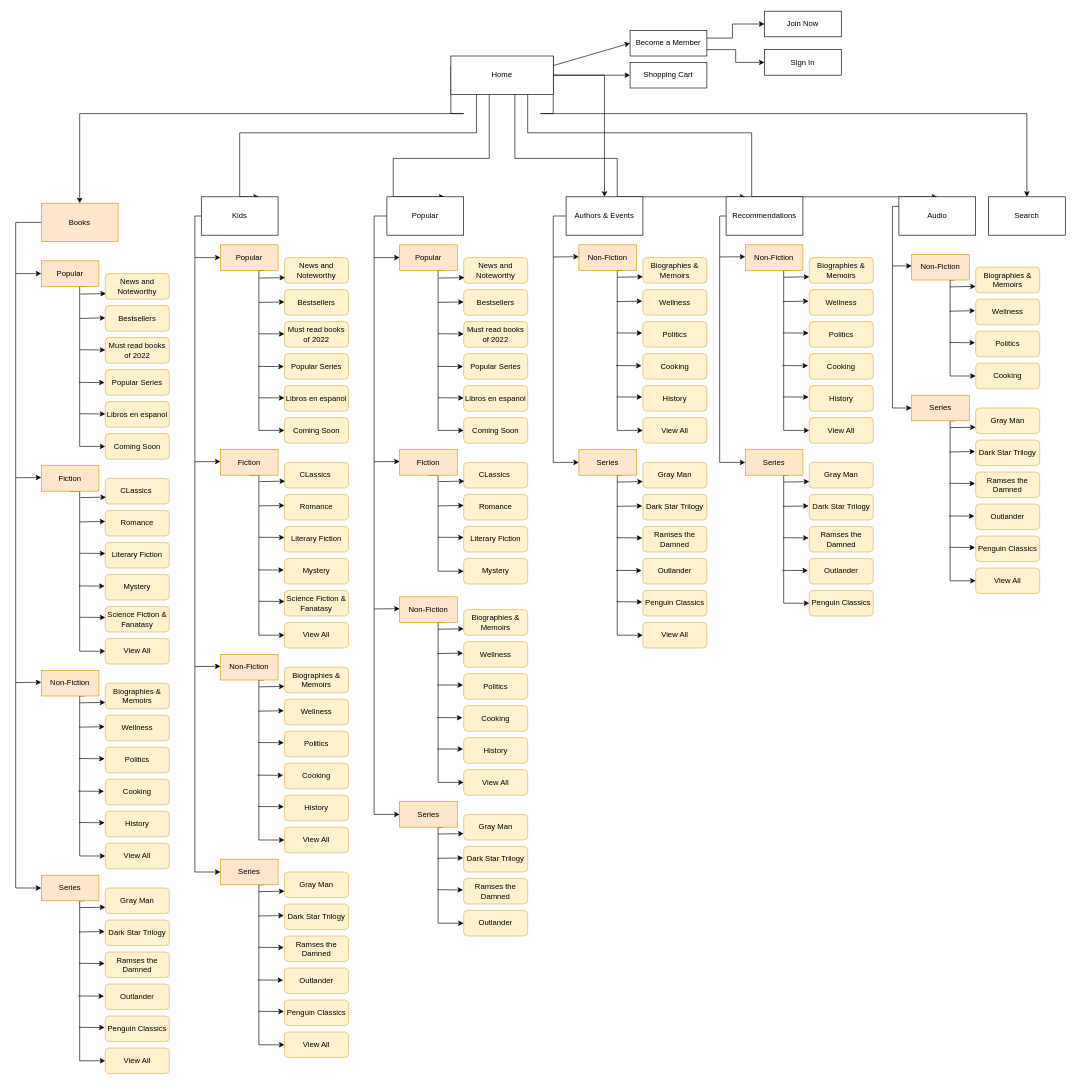
Before: Untitled Diagram.drawio in arshdeepkaurrangi/Documentation, a draw.io diagram. Source tidied: cells renumbered, new cells numbered last; positions are measured from the earlier drawing's top-left corner, leaving out a move shared by most shapes. Both pictures are drawn from the tidied source at 64%, with x=0, y=0 at pixel (15, 11).
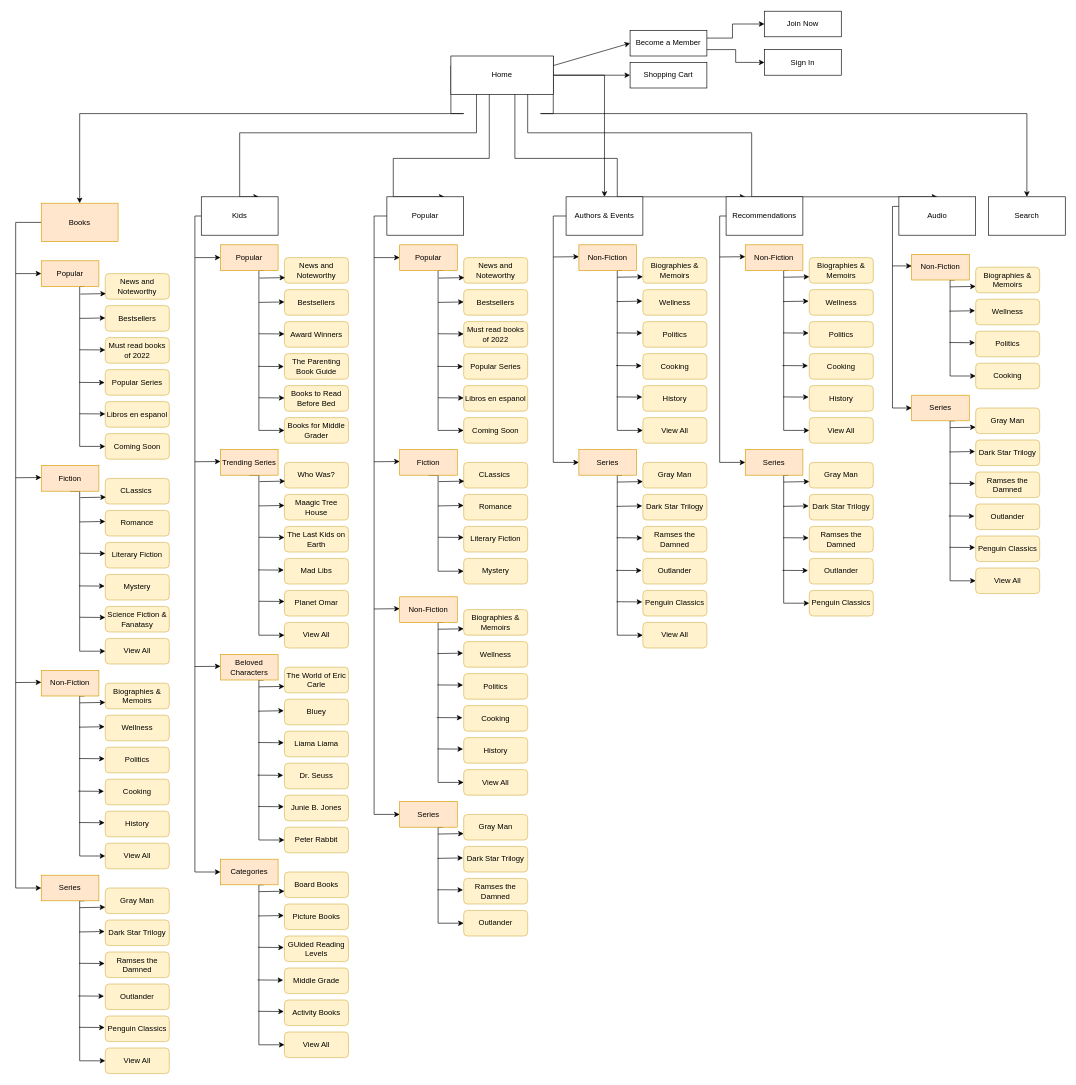
The same page after the edit.

What changed in the source:
```diff
@@
-    <mxCell id="89" value="Fiction" style="rounded=0;whiteSpace=wrap;html=1;fillColor=#ffe6cc;strokeColor=#d79b00;" parent="1" vertex="1">
+    <mxCell id="89" value="Trending Series" style="rounded=0;whiteSpace=wrap;html=1;fillColor=#ffe6cc;strokeColor=#d79b00;" parent="1" vertex="1">
       <mxGeometry x="320" y="685" width="90" height="40" as="geometry" />
     </mxCell>
@@
-    <mxCell id="91" value="Non-Fiction" style="rounded=0;whiteSpace=wrap;html=1;fillColor=#ffe6cc;strokeColor=#d79b00;" parent="1" vertex="1">
+    <mxCell id="91" value="Beloved Characters" style="rounded=0;whiteSpace=wrap;html=1;fillColor=#ffe6cc;strokeColor=#d79b00;" parent="1" vertex="1">
       <mxGeometry x="320" y="1005" width="90" height="40" as="geometry" />
     </mxCell>
@@
-    <mxCell id="94" value="Must read books of 2022" style="rounded=1;whiteSpace=wrap;html=1;fillColor=#fff2cc;strokeColor=#d6b656;" parent="1" vertex="1">
+    <mxCell id="94" value="Award Winners" style="rounded=1;whiteSpace=wrap;html=1;fillColor=#fff2cc;strokeColor=#d6b656;" parent="1" vertex="1">
       <mxGeometry x="420" y="485" width="100" height="40" as="geometry" />
     </mxCell>
-    <mxCell id="95" value="Popular Series" style="rounded=1;whiteSpace=wrap;html=1;fillColor=#fff2cc;strokeColor=#d6b656;" parent="1" vertex="1">
+    <mxCell id="95" value="The Parenting Book Guide" style="rounded=1;whiteSpace=wrap;html=1;fillColor=#fff2cc;strokeColor=#d6b656;" parent="1" vertex="1">
       <mxGeometry x="420" y="535" width="100" height="40" as="geometry" />
     </mxCell>
-    <mxCell id="96" value="Libros en espanol" style="rounded=1;whiteSpace=wrap;html=1;fillColor=#fff2cc;strokeColor=#d6b656;" parent="1" vertex="1">
+    <mxCell id="96" value="Books to Read Before Bed" style="rounded=1;whiteSpace=wrap;html=1;fillColor=#fff2cc;strokeColor=#d6b656;" parent="1" vertex="1">
       <mxGeometry x="420" y="585" width="100" height="40" as="geometry" />
     </mxCell>
-    <mxCell id="97" value="Coming Soon" style="rounded=1;whiteSpace=wrap;html=1;fillColor=#fff2cc;strokeColor=#d6b656;" parent="1" vertex="1">
+    <mxCell id="97" value="Books for Middle Grader" style="rounded=1;whiteSpace=wrap;html=1;fillColor=#fff2cc;strokeColor=#d6b656;" parent="1" vertex="1">
       <mxGeometry x="420" y="635" width="100" height="40" as="geometry" />
     </mxCell>
-    <mxCell id="98" value="CLassics&lt;span style=&quot;white-space: pre;&quot;&gt; &lt;/span&gt;" style="rounded=1;whiteSpace=wrap;html=1;fillColor=#fff2cc;strokeColor=#d6b656;" parent="1" vertex="1">
+    <mxCell id="98" value="Who Was?" style="rounded=1;whiteSpace=wrap;html=1;fillColor=#fff2cc;strokeColor=#d6b656;" parent="1" vertex="1">
       <mxGeometry x="420" y="705" width="100" height="40" as="geometry" />
     </mxCell>
-    <mxCell id="99" value="Romance" style="rounded=1;whiteSpace=wrap;html=1;fillColor=#fff2cc;strokeColor=#d6b656;" parent="1" vertex="1">
+    <mxCell id="99" value="Maagic Tree House" style="rounded=1;whiteSpace=wrap;html=1;fillColor=#fff2cc;strokeColor=#d6b656;" parent="1" vertex="1">
       <mxGeometry x="420" y="755" width="100" height="40" as="geometry" />
     </mxCell>
-    <mxCell id="100" value="Literary Fiction" style="rounded=1;whiteSpace=wrap;html=1;fillColor=#fff2cc;strokeColor=#d6b656;" parent="1" vertex="1">
+    <mxCell id="100" value="The Last Kids on Earth" style="rounded=1;whiteSpace=wrap;html=1;fillColor=#fff2cc;strokeColor=#d6b656;" parent="1" vertex="1">
       <mxGeometry x="420" y="805" width="100" height="40" as="geometry" />
     </mxCell>
-    <mxCell id="101" value="Mystery" style="rounded=1;whiteSpace=wrap;html=1;fillColor=#fff2cc;strokeColor=#d6b656;" parent="1" vertex="1">
+    <mxCell id="101" value="Mad Libs" style="rounded=1;whiteSpace=wrap;html=1;fillColor=#fff2cc;strokeColor=#d6b656;" parent="1" vertex="1">
       <mxGeometry x="420" y="855" width="100" height="40" as="geometry" />
     </mxCell>
-    <mxCell id="102" value="Science Fiction &amp;amp; Fanatasy" style="rounded=1;whiteSpace=wrap;html=1;fillColor=#fff2cc;strokeColor=#d6b656;" parent="1" vertex="1">
+    <mxCell id="102" value="Planet Omar" style="rounded=1;whiteSpace=wrap;html=1;fillColor=#fff2cc;strokeColor=#d6b656;" parent="1" vertex="1">
       <mxGeometry x="420" y="905" width="100" height="40" as="geometry" />
     </mxCell>
@@
-    <mxCell id="105" value="Series" style="rounded=0;whiteSpace=wrap;html=1;fillColor=#ffe6cc;strokeColor=#d79b00;" parent="1" vertex="1">
+    <mxCell id="105" value="Categories" style="rounded=0;whiteSpace=wrap;html=1;fillColor=#ffe6cc;strokeColor=#d79b00;" parent="1" vertex="1">
       <mxGeometry x="320" y="1325" width="90" height="40" as="geometry" />
     </mxCell>
-    <mxCell id="106" value="Gray Man" style="rounded=1;whiteSpace=wrap;html=1;fillColor=#fff2cc;strokeColor=#d6b656;" parent="1" vertex="1">
+    <mxCell id="106" value="Board Books" style="rounded=1;whiteSpace=wrap;html=1;fillColor=#fff2cc;strokeColor=#d6b656;" parent="1" vertex="1">
       <mxGeometry x="420" y="1345" width="100" height="40" as="geometry" />
     </mxCell>
-    <mxCell id="107" value="Dark Star Trilogy" style="rounded=1;whiteSpace=wrap;html=1;fillColor=#fff2cc;strokeColor=#d6b656;" parent="1" vertex="1">
+    <mxCell id="107" value="Picture Books" style="rounded=1;whiteSpace=wrap;html=1;fillColor=#fff2cc;strokeColor=#d6b656;" parent="1" vertex="1">
       <mxGeometry x="420" y="1395" width="100" height="40" as="geometry" />
     </mxCell>
-    <mxCell id="108" value="Ramses the Damned" style="rounded=1;whiteSpace=wrap;html=1;fillColor=#fff2cc;strokeColor=#d6b656;" parent="1" vertex="1">
+    <mxCell id="108" value="GUided Reading Levels" style="rounded=1;whiteSpace=wrap;html=1;fillColor=#fff2cc;strokeColor=#d6b656;" parent="1" vertex="1">
       <mxGeometry x="420" y="1445" width="100" height="40" as="geometry" />
     </mxCell>
-    <mxCell id="109" value="Outlander" style="rounded=1;whiteSpace=wrap;html=1;fillColor=#fff2cc;strokeColor=#d6b656;" parent="1" vertex="1">
+    <mxCell id="109" value="Middle Grade" style="rounded=1;whiteSpace=wrap;html=1;fillColor=#fff2cc;strokeColor=#d6b656;" parent="1" vertex="1">
       <mxGeometry x="420" y="1495" width="100" height="40" as="geometry" />
     </mxCell>
-    <mxCell id="110" value="Penguin Classics" style="rounded=1;whiteSpace=wrap;html=1;fillColor=#fff2cc;strokeColor=#d6b656;" parent="1" vertex="1">
+    <mxCell id="110" value="Activity Books" style="rounded=1;whiteSpace=wrap;html=1;fillColor=#fff2cc;strokeColor=#d6b656;" parent="1" vertex="1">
       <mxGeometry x="420" y="1545" width="100" height="40" as="geometry" />
     </mxCell>
@@
-    <mxCell id="112" value="Biographies &amp;amp; Memoirs" style="rounded=1;whiteSpace=wrap;html=1;fillColor=#fff2cc;strokeColor=#d6b656;" parent="1" vertex="1">
+    <mxCell id="112" value="The World of Eric Carle" style="rounded=1;whiteSpace=wrap;html=1;fillColor=#fff2cc;strokeColor=#d6b656;" parent="1" vertex="1">
       <mxGeometry x="420" y="1025" width="100" height="40" as="geometry" />
     </mxCell>
-    <mxCell id="113" value="Wellness" style="rounded=1;whiteSpace=wrap;html=1;fillColor=#fff2cc;strokeColor=#d6b656;" parent="1" vertex="1">
+    <mxCell id="113" value="Bluey" style="rounded=1;whiteSpace=wrap;html=1;fillColor=#fff2cc;strokeColor=#d6b656;" parent="1" vertex="1">
       <mxGeometry x="420" y="1075" width="100" height="40" as="geometry" />
     </mxCell>
-    <mxCell id="114" value="Politics" style="rounded=1;whiteSpace=wrap;html=1;fillColor=#fff2cc;strokeColor=#d6b656;" parent="1" vertex="1">
+    <mxCell id="114" value="Liama Liama" style="rounded=1;whiteSpace=wrap;html=1;fillColor=#fff2cc;strokeColor=#d6b656;" parent="1" vertex="1">
       <mxGeometry x="420" y="1125" width="100" height="40" as="geometry" />
     </mxCell>
-    <mxCell id="115" value="Cooking" style="rounded=1;whiteSpace=wrap;html=1;fillColor=#fff2cc;strokeColor=#d6b656;" parent="1" vertex="1">
+    <mxCell id="115" value="Dr. Seuss" style="rounded=1;whiteSpace=wrap;html=1;fillColor=#fff2cc;strokeColor=#d6b656;" parent="1" vertex="1">
       <mxGeometry x="420" y="1175" width="100" height="40" as="geometry" />
     </mxCell>
-    <mxCell id="116" value="History" style="rounded=1;whiteSpace=wrap;html=1;fillColor=#fff2cc;strokeColor=#d6b656;" parent="1" vertex="1">
+    <mxCell id="116" value="Junie B. Jones" style="rounded=1;whiteSpace=wrap;html=1;fillColor=#fff2cc;strokeColor=#d6b656;" parent="1" vertex="1">
       <mxGeometry x="420" y="1225" width="100" height="40" as="geometry" />
     </mxCell>
-    <mxCell id="117" value="View All" style="rounded=1;whiteSpace=wrap;html=1;fillColor=#fff2cc;strokeColor=#d6b656;" parent="1" vertex="1">
+    <mxCell id="117" value="Peter Rabbit" style="rounded=1;whiteSpace=wrap;html=1;fillColor=#fff2cc;strokeColor=#d6b656;" parent="1" vertex="1">
       <mxGeometry x="420" y="1275" width="100" height="40" as="geometry" />
     </mxCell>
```
